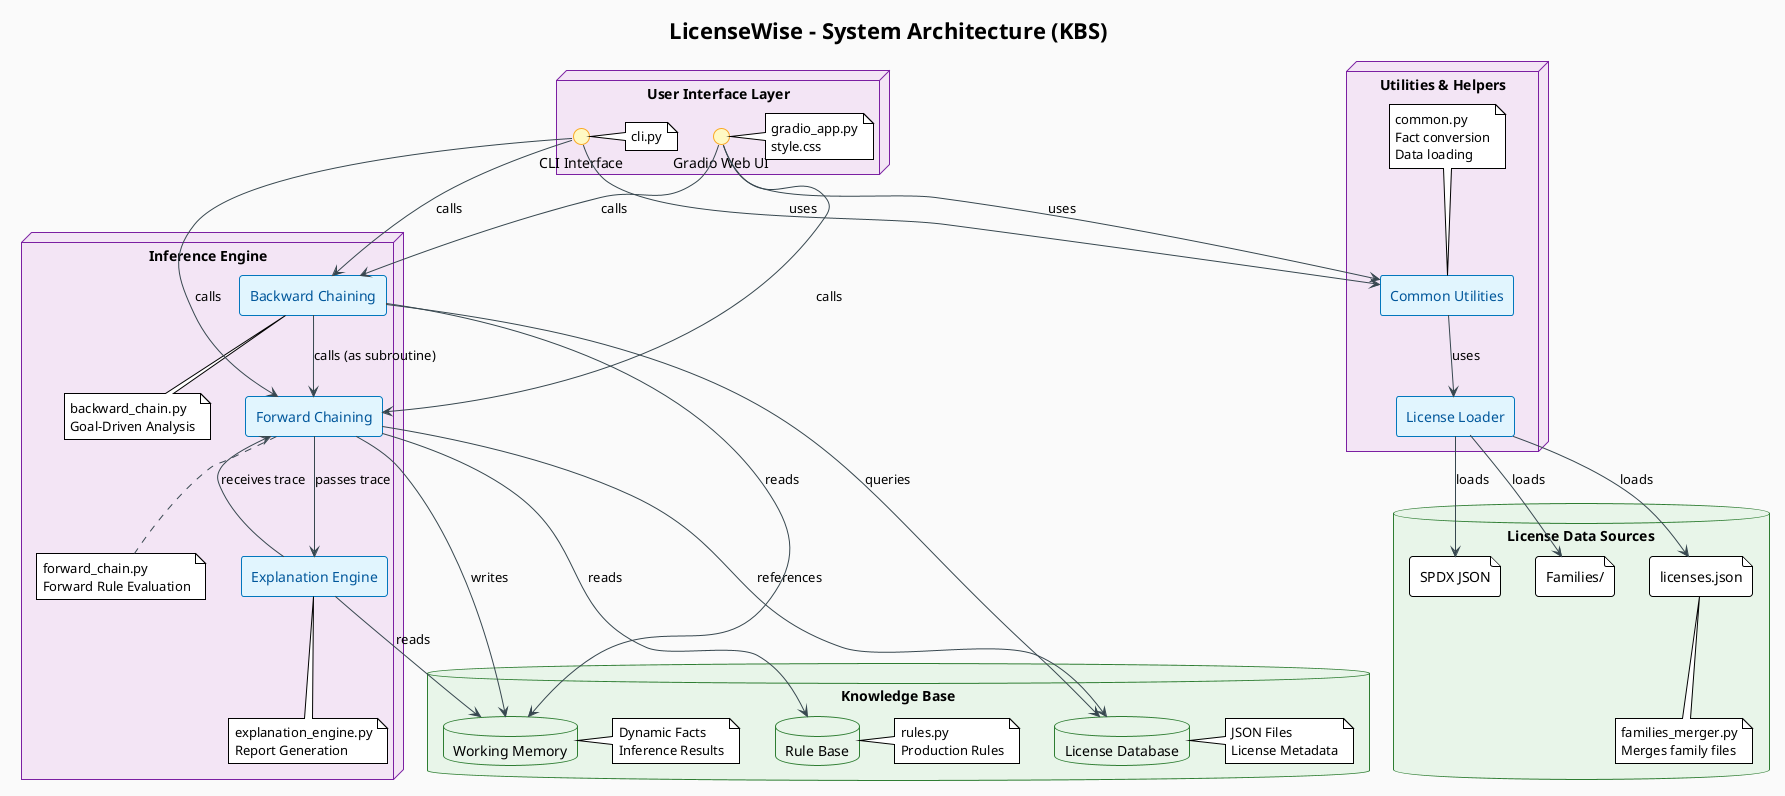
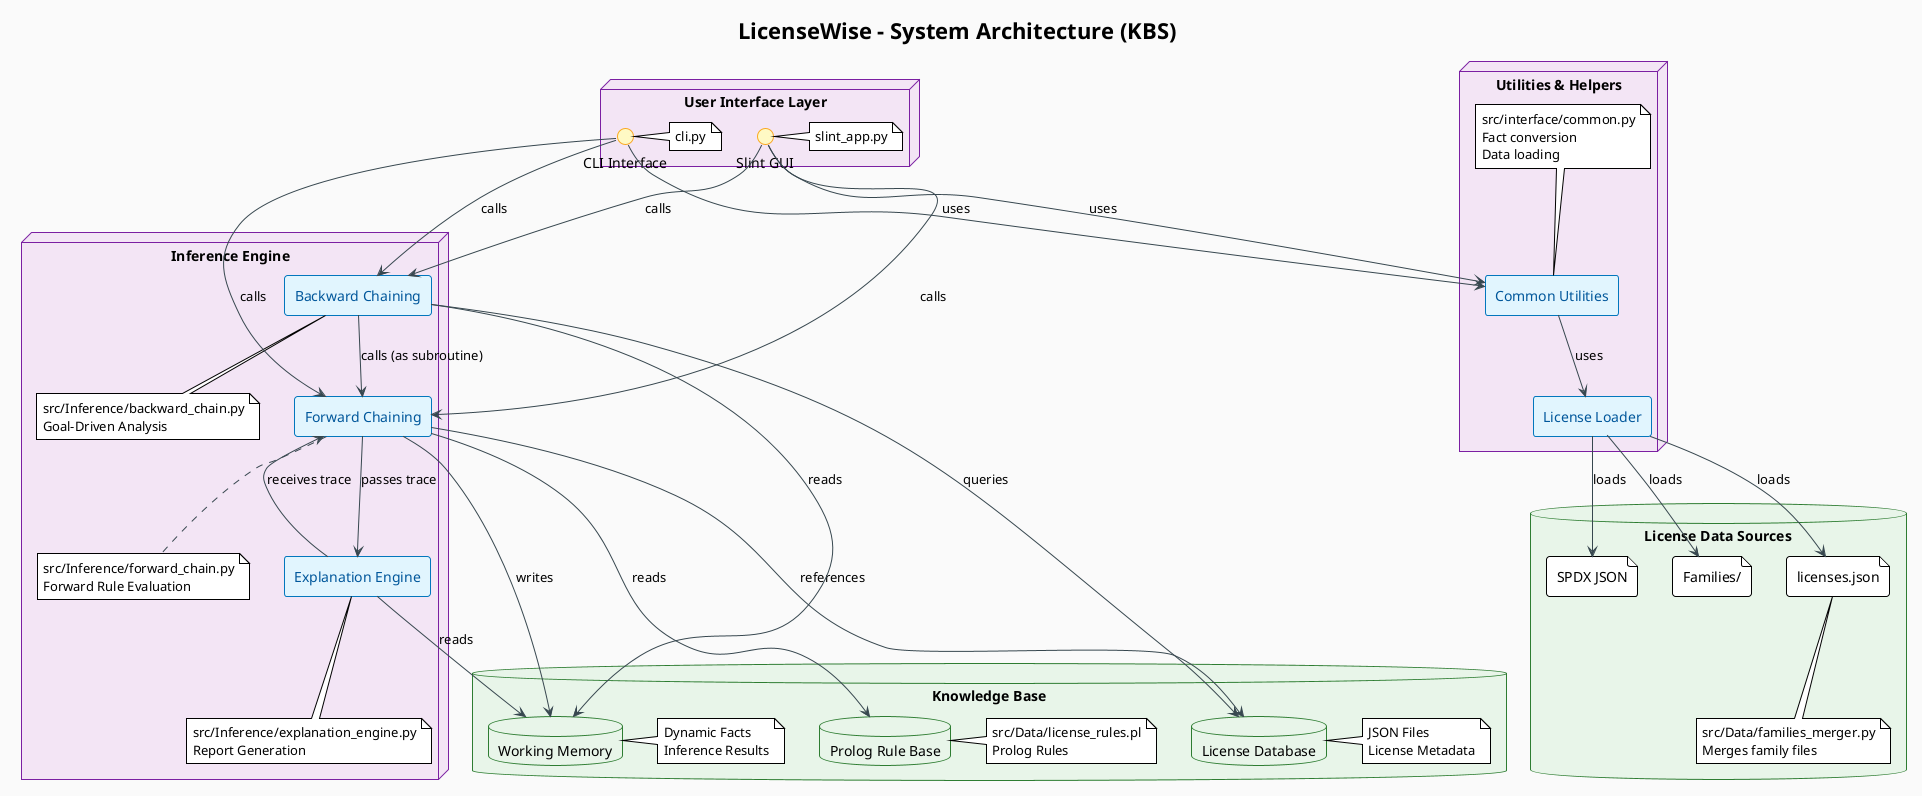
@startuml
!theme plain
skinparam componentStyle rectangle
skinparam backgroundColor #FAFAFA
skinparam component {
  BackgroundColor #E1F5FE
  BorderColor #0277BD
  FontColor #01579B
}
skinparam interface {
  BackgroundColor #FFF9C4
  BorderColor #F9A825
}
skinparam database {
  BackgroundColor #E8F5E9
  BorderColor #2E7D32
}
skinparam node {
  BackgroundColor #F3E5F5
  BorderColor #7B1FA2
}
skinparam arrow {
  Color #37474F
}

title LicenseWise - System Architecture (KBS)

' ===== USER INTERFACE LAYER =====
node "User Interface Layer" {
  interface "CLI Interface" as CLI
-   interface "Gradio Web UI" as WEBUI
-   note right of WEBUI : gradio_app.py\nstyle.css
+   interface "Slint GUI" as WEBUI
+   note right of WEBUI : slint_app.py
  note right of CLI : cli.py
}

' ===== CORE INFERENCE ENGINE =====
node "Inference Engine" {
  component "Forward Chaining" as FC
  component "Backward Chaining" as BC
  component "Explanation Engine" as EE
-   note bottom of FC : forward_chain.py\nForward Rule Evaluation
-   note bottom of BC : backward_chain.py\nGoal-Driven Analysis
-   note bottom of EE : explanation_engine.py\nReport Generation
+   note bottom of FC : src/Inference/forward_chain.py\nForward Rule Evaluation
+   note bottom of BC : src/Inference/backward_chain.py\nGoal-Driven Analysis
+   note bottom of EE : src/Inference/explanation_engine.py\nReport Generation
}

' ===== KNOWLEDGE BASE =====
database "Knowledge Base" {
-   database "Rule Base" as RULES
+   database "Prolog Rule Base" as RULES
  database "License Database" as LICDB
  database "Working Memory" as WM
-   note right of RULES : rules.py\nProduction Rules
+   note right of RULES : src/Data/license_rules.pl\nProlog Rules
  note right of LICDB : JSON Files\nLicense Metadata
  note right of WM : Dynamic Facts\nInference Results
}

' ===== UTILITIES =====
node "Utilities & Helpers" {
  component "Common Utilities" as UTILS
  component "License Loader" as LOADER
-   note top of UTILS : common.py\nFact conversion\nData loading
+   note top of UTILS : src/interface/common.py\nFact conversion\nData loading
}

' ===== EXTERNAL DATA =====
database "License Data Sources" {
  file "SPDX JSON" as SPDX
  file "Families/" as FAMILIES
  file "licenses.json" as MERGED
-   note bottom : families_merger.py\nMerges family files
+   note bottom : src/Data/families_merger.py\nMerges family files
}

' ===== CONNECTIONS =====
CLI --> UTILS : uses
WEBUI --> UTILS : uses
CLI --> FC : calls
CLI --> BC : calls
WEBUI --> FC : calls
WEBUI --> BC : calls

FC --> RULES : reads
FC --> LICDB : references
FC --> WM : writes
FC --> EE : passes trace

BC --> FC : calls (as subroutine)
BC --> LICDB : queries
BC --> WM : reads

EE --> WM : reads
EE --> FC : receives trace

UTILS --> LOADER : uses
LOADER --> SPDX : loads
LOADER --> FAMILIES : loads
LOADER --> MERGED : loads

@enduml